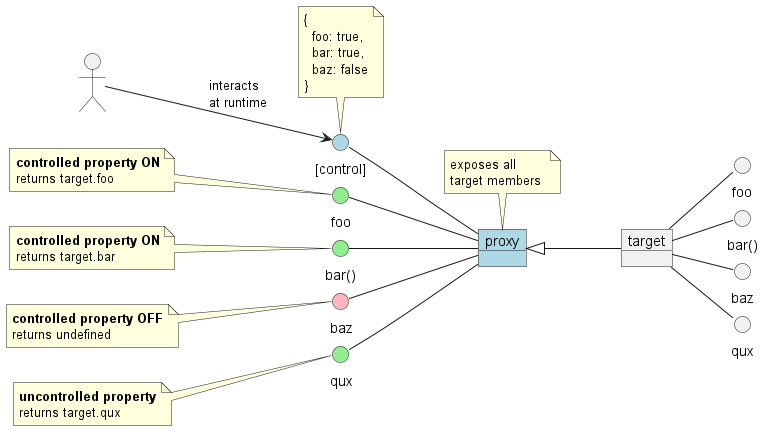
This is assets/controlled-proxy.png from karmaniverous/controlled-proxy, a PlantUML export, as it was before one commit. Its diagram source:
```plantuml
@startuml controlled-proxy

skinparam DefaultTextAlignment left

allowmixing

left to right direction

circle "[control]" as controlInterface #LightBlue
note top of controlInterface
  {
    foo: true,
    bar: true,
    baz: false
  }
end note

actor " " as dev
dev --> controlInterface: interacts\nat runtime

circle "foo" as proxyFoo #LightGreen
note left of proxyFoo
  **controlled property ON**
  returns target.foo
end note

circle "bar()" as proxyBar #LightGreen
note left of proxyBar
  **controlled property ON**
  returns target.bar
end note

circle "baz" as proxyBaz #LightPink
note left of proxyBaz
  **controlled property OFF**
  returns undefined
end note

circle "qux" as proxyQux #LightGreen
note left of proxyQux
  **uncontrolled property**
  returns target.qux
end note

object "proxy" as proxy #LightBlue

note top of proxy
  exposes all
  target members
end note

controlInterface -- proxy
proxyFoo -- proxy
proxyBar -- proxy
proxyBaz -- proxy
proxyQux -- proxy

controlInterface -[hidden] proxyFoo
proxyFoo -[hidden] proxyBar
proxyBar -[hidden] proxyBaz
proxyBaz -[hidden] proxyQux

object "target" as target
circle "foo" as targetFoo
circle "bar()" as targetBar
circle "baz" as targetBaz
circle "qux" as targetQux

target -- targetFoo
target -- targetBar
target -- targetBaz
target -- targetQux

targetFoo -[hidden] targetBar
targetBar -[hidden] targetBaz
targetBaz -[hidden] targetQux

proxy <|-- target

@enduml
```
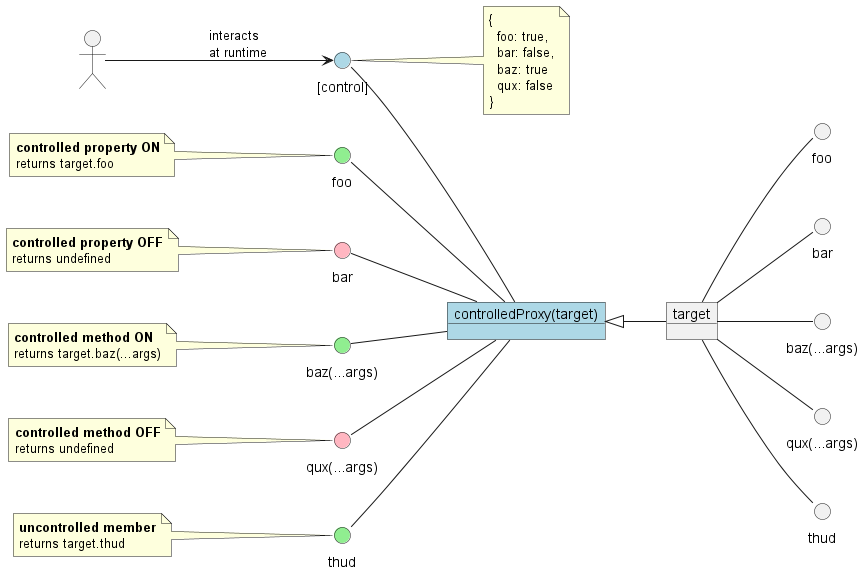
Later version of the same file.

What changed in the source:
```diff
@@ -6,16 +6,17 @@
 
 left to right direction
 
+actor " " as dev
+
 circle "[control]" as controlInterface #LightBlue
-note top of controlInterface
+note right of controlInterface
   {
     foo: true,
-    bar: true,
-    baz: false
+    bar: false,
+    baz: true
+    qux: false
   }
 end note
-
-actor " " as dev
 dev --> controlInterface: interacts\nat runtime
 
 circle "foo" as proxyFoo #LightGreen
@@ -24,56 +25,51 @@
   returns target.foo
 end note
 
-circle "bar()" as proxyBar #LightGreen
+circle "bar" as proxyBar #LightPink
 note left of proxyBar
-  **controlled property ON**
-  returns target.bar
-end note
-
-circle "baz" as proxyBaz #LightPink
-note left of proxyBaz
   **controlled property OFF**
   returns undefined
 end note
 
-circle "qux" as proxyQux #LightGreen
-note left of proxyQux
-  **uncontrolled property**
-  returns target.qux
+circle "baz(...args)" as proxyBaz #LightGreen
+note left of proxyBaz
+  **controlled method ON**
+  returns target.baz(...args)
 end note
 
-object "proxy" as proxy #LightBlue
+circle "qux(...args)" as proxyQux #LightPink
+note left of proxyQux
+  **controlled method OFF**
+  returns undefined
+end note
 
-note top of proxy
-  exposes all
-  target members
+circle "thud" as proxyThud #LightGreen
+note left of proxyThud
+  **uncontrolled member**
+  returns target.thud
 end note
+
+object "controlledProxy(target)" as proxy #LightBlue
 
 controlInterface -- proxy
 proxyFoo -- proxy
 proxyBar -- proxy
 proxyBaz -- proxy
 proxyQux -- proxy
-
-controlInterface -[hidden] proxyFoo
-proxyFoo -[hidden] proxyBar
-proxyBar -[hidden] proxyBaz
-proxyBaz -[hidden] proxyQux
+proxyThud -- proxy
 
 object "target" as target
 circle "foo" as targetFoo
-circle "bar()" as targetBar
-circle "baz" as targetBaz
-circle "qux" as targetQux
+circle "bar" as targetBar
+circle "baz(...args)" as targetBaz
+circle "qux(...args)" as targetQux
+circle "thud" as targetThud
 
 target -- targetFoo
 target -- targetBar
 target -- targetBaz
 target -- targetQux
-
-targetFoo -[hidden] targetBar
-targetBar -[hidden] targetBaz
-targetBaz -[hidden] targetQux
+target -- targetThud
 
 proxy <|-- target
 
```
